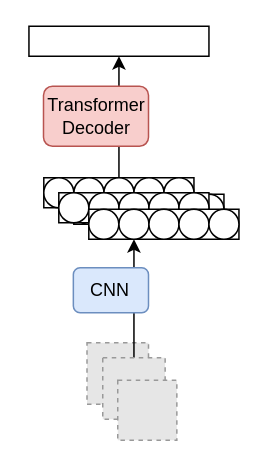
Above: 未命名绘图.drawio in lithromantic567/EL (draw.io), before the change. Source tidied: cells renumbered, new cells numbered last; positions are measured from the earlier drawing's top-left corner, leaving out a move shared by most shapes. Both pictures are drawn from the tidied source at 150%, with x=0, y=0 at pixel (28, 26). Pictures stored in the file or linked from it are replaced by grey dashed boxes.
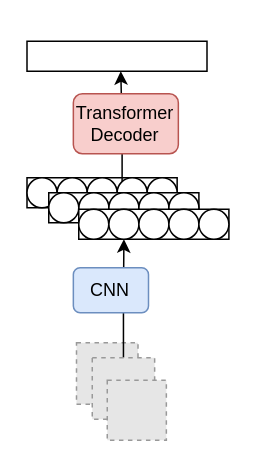
The same diagram, later.

Commit message (it also covers changes not shown here):
更新未命名绘图.drawio

The change refers to these unchanged cells:
```xml
<mxCell id="10" style="ellipse;whiteSpace=wrap;html=1;" parent="6" vertex="1">
  <mxGeometry x="40.1" width="20" height="20" as="geometry" />
</mxCell>
<mxCell id="11" style="ellipse;whiteSpace=wrap;html=1;" parent="6" vertex="1">
  <mxGeometry x="60.1" width="20" height="20" as="geometry" />
</mxCell>
```

Diff of the diagram source:
```diff
@@
     <mxCell id="2" style="fillColor=#E6E6E6;strokeColor=#999999;dashed=1;verticalLabelPosition=bottom;labelBackgroundColor=default;verticalAlign=top;rotation=0;" parent="1" vertex="1">
-      <mxGeometry x="38.5" y="211" width="41" height="41" as="geometry" />
+      <mxGeometry x="31.5" y="211" width="41" height="41" as="geometry" />
     </mxCell>
@@
     <mxCell id="4" style="fillColor=#E6E6E6;strokeColor=#999999;dashed=1;verticalLabelPosition=bottom;labelBackgroundColor=default;verticalAlign=top;" parent="1" vertex="1">
-      <mxGeometry x="49" y="221" width="41.6" height="41" as="geometry" />
+      <mxGeometry x="42" y="221" width="41.6" height="41" as="geometry" />
     </mxCell>
     <mxCell id="5" style="fillColor=#E6E6E6;strokeColor=#999999;dashed=1;verticalLabelPosition=bottom;labelBackgroundColor=default;verticalAlign=top;" parent="1" vertex="1">
-      <mxGeometry x="59" y="236" width="39.4" height="40" as="geometry" />
+      <mxGeometry x="52" y="236" width="39.4" height="40" as="geometry" />
     </mxCell>
     <mxCell id="6" style="group;" parent="1" vertex="1">
-      <mxGeometry x="9.7" y="101" width="120.1" height="31" as="geometry" />
+      <mxGeometry x="-1.5" y="101" width="120.1" height="31" as="geometry" />
     </mxCell>
@@
+    <mxCell id="38" style="edgeStyle=orthogonalEdgeStyle;rounded=0;jettySize=auto;html=1;exitX=0;exitY=0;exitDx=0;exitDy=0;" parent="6" edge="1" source="11">
+      <mxGeometry relative="1" as="geometry">
+        <mxPoint x="62.5" y="-71" as="targetPoint" />
+      </mxGeometry>
+    </mxCell>
@@
-    <mxCell id="13" style="group;" parent="6" vertex="1">
-      <mxGeometry x="20" y="11" width="100.1" height="20" as="geometry" />
-    </mxCell>
-    <mxCell id="14" style="whiteSpace=wrap;html=1;verticalAlign=top;labelBackgroundColor=default;" parent="13" vertex="1">
-      <mxGeometry width="100.1" height="20" as="geometry" />
-    </mxCell>
-    <mxCell id="15" style="ellipse;whiteSpace=wrap;html=1;" parent="13" vertex="1">
-      <mxGeometry width="20" height="20" as="geometry" />
-    </mxCell>
-    <mxCell id="16" style="ellipse;whiteSpace=wrap;html=1;" parent="13" vertex="1">
-      <mxGeometry x="20.1" width="20" height="20" as="geometry" />
-    </mxCell>
-    <mxCell id="17" style="ellipse;whiteSpace=wrap;html=1;" parent="13" vertex="1">
-      <mxGeometry x="40.1" width="20" height="20" as="geometry" />
-    </mxCell>
-    <mxCell id="18" style="ellipse;whiteSpace=wrap;html=1;" parent="13" vertex="1">
-      <mxGeometry x="60.1" width="20" height="20" as="geometry" />
-    </mxCell>
-    <mxCell id="19" style="ellipse;whiteSpace=wrap;html=1;" parent="13" vertex="1">
-      <mxGeometry x="80.1" width="20" height="20" as="geometry" />
-    </mxCell>
     <mxCell id="20" style="group;" parent="1" vertex="1">
-      <mxGeometry x="19.7" y="111" width="120.1" height="31" as="geometry" />
+      <mxGeometry x="13" y="111" width="120.1" height="31" as="geometry" />
     </mxCell>
@@
     <mxCell id="35" style="whiteSpace=wrap;html=1;" parent="1" vertex="1">
-      <mxGeometry x="-0.2" width="120" height="20" as="geometry" />
+      <mxGeometry x="-1.5" y="10" width="120" height="20" as="geometry" />
     </mxCell>
-    <mxCell id="36" style="edgeStyle=orthogonalEdgeStyle;rounded=0;jettySize=auto;html=1;" parent="1" edge="1" source="10" target="35">
-      <mxGeometry relative="1" as="geometry" />
-    </mxCell>
     <mxCell id="37" value="Transformer Decoder" style="rounded=1;whiteSpace=wrap;html=1;fillColor=#f8cecc;strokeColor=#b85450;" parent="1" vertex="1">
-      <mxGeometry x="9.5" y="40" width="70" height="40" as="geometry" />
+      <mxGeometry x="29.4" y="45" width="70" height="40" as="geometry" />
     </mxCell>
```
